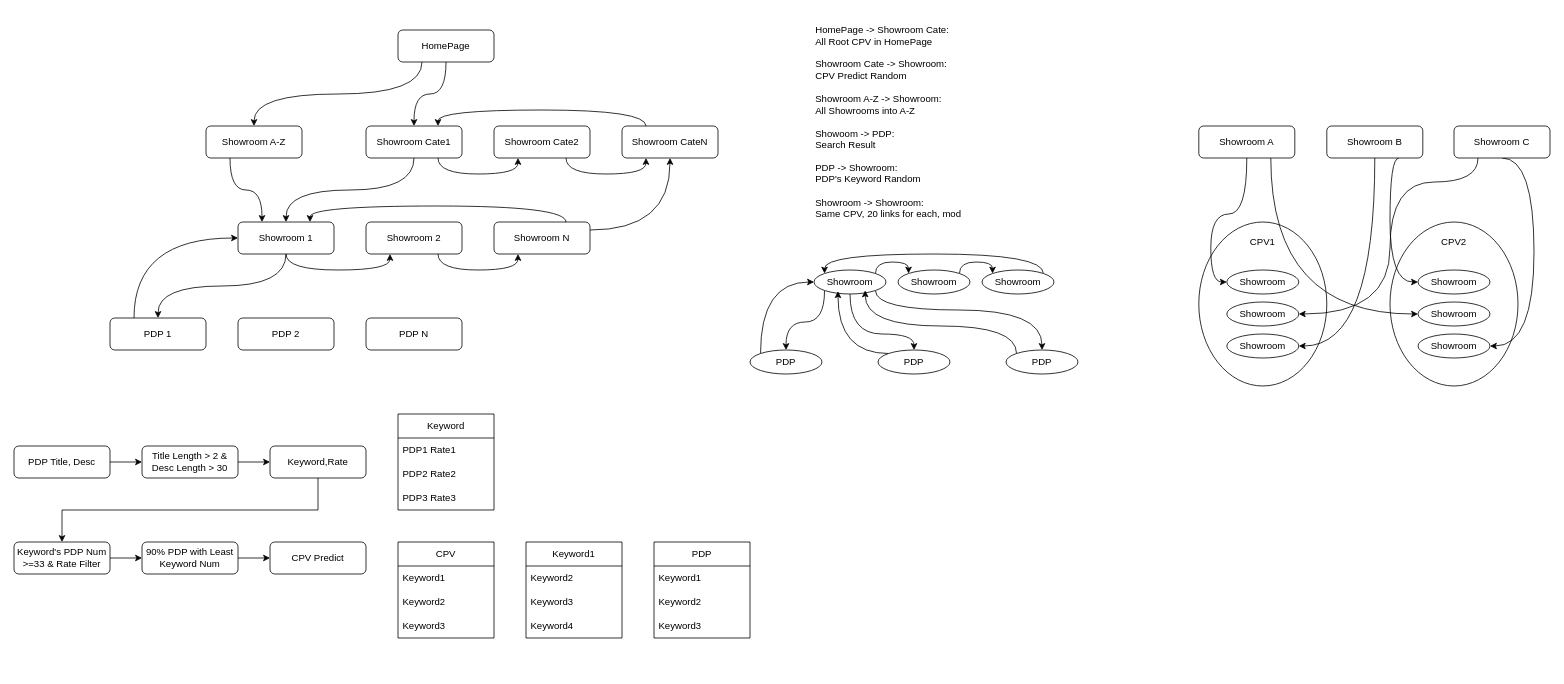
Before: drawio/showroom_structure.drawio in VisableHarry/seo-drawio, a draw.io diagram. Source tidied: cells renumbered, new cells numbered last; positions are measured from the earlier drawing's top-left corner, leaving out a move shared by most shapes. Both pictures are drawn from the tidied source at 80%, with x=0, y=0 at pixel (14, 14).
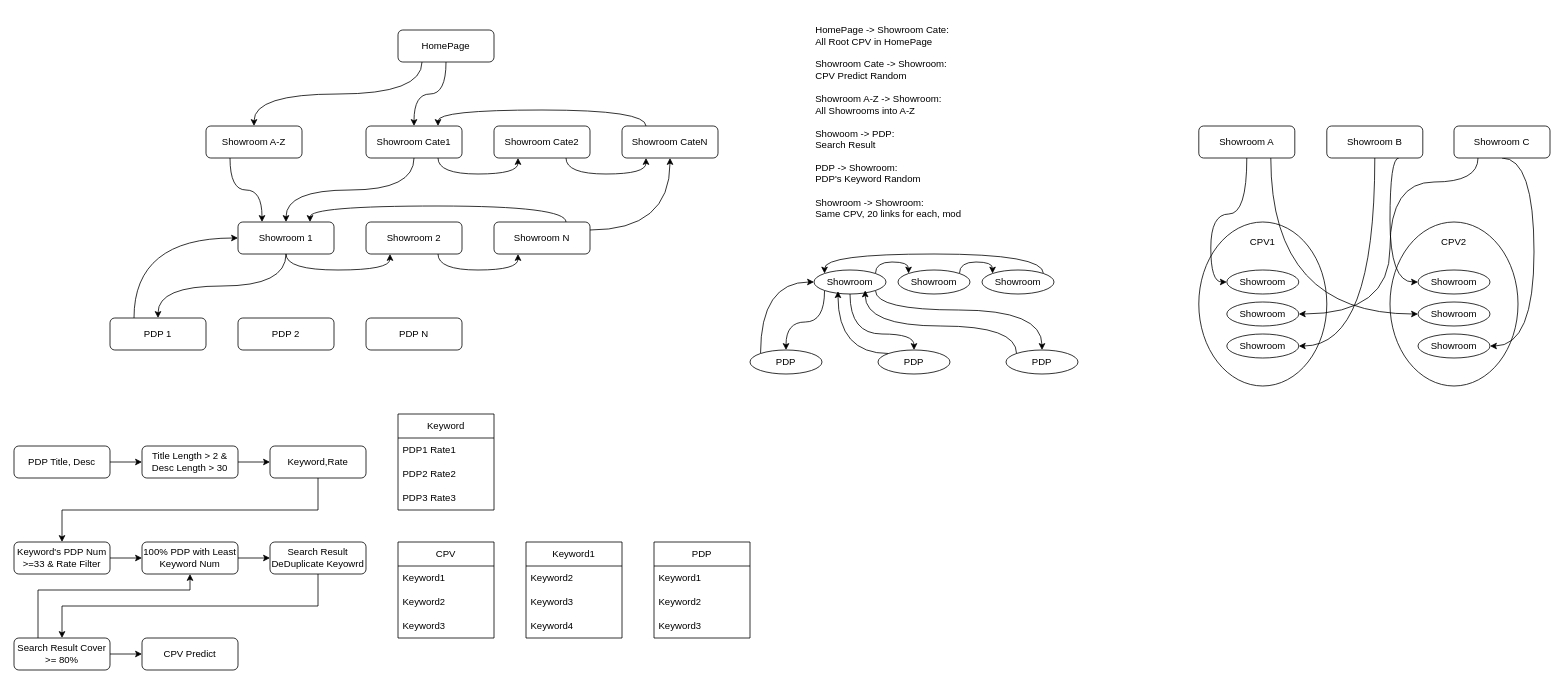
Above is the later version.

The edit, as a diff of the source:
```diff
@@
+    <mxCell id="90" style="edgeStyle=orthogonalEdgeStyle;rounded=0;jettySize=auto;html=1;exitX=0.5;exitY=1;exitDx=0;exitDy=0;entryX=0.5;entryY=0;entryDx=0;entryDy=0;" parent="1" edge="1" source="43" target="94">
+      <mxGeometry relative="1" as="geometry" />
+    </mxCell>
-    <mxCell id="43" value="CPV Predict" style="rounded=1;whiteSpace=wrap;html=1;" parent="1" vertex="1">
+    <mxCell id="43" value="Search Result DeDuplicate Keyowrd" style="rounded=1;whiteSpace=wrap;html=1;" parent="1" vertex="1">
       <mxGeometry x="320" y="660" width="120" height="40" as="geometry" />
     </mxCell>
@@
-    <mxCell id="45" value="90% PDP with Least Keyword Num" style="rounded=1;whiteSpace=wrap;html=1;" parent="1" vertex="1">
+    <mxCell id="45" value="100% PDP with Least Keyword Num" style="rounded=1;whiteSpace=wrap;html=1;" parent="1" vertex="1">
       <mxGeometry x="160" y="660" width="120" height="40" as="geometry" />
     </mxCell>
@@
+    <mxCell id="91" value="CPV Predict" style="rounded=1;whiteSpace=wrap;html=1;" parent="1" vertex="1">
+      <mxGeometry x="160" y="780" width="120" height="40" as="geometry" />
+    </mxCell>
+    <mxCell id="92" style="edgeStyle=orthogonalEdgeStyle;rounded=0;jettySize=auto;html=1;exitX=1;exitY=0.5;exitDx=0;exitDy=0;entryX=0;entryY=0.5;entryDx=0;entryDy=0;" parent="1" edge="1" source="94" target="91">
+      <mxGeometry relative="1" as="geometry" />
+    </mxCell>
+    <mxCell id="93" style="edgeStyle=orthogonalEdgeStyle;rounded=0;jettySize=auto;html=1;exitX=0.25;exitY=0;exitDx=0;exitDy=0;entryX=0.5;entryY=1;entryDx=0;entryDy=0;" parent="1" edge="1" source="94" target="45">
+      <mxGeometry relative="1" as="geometry">
+        <Array as="points">
+          <mxPoint x="30" y="720" />
+          <mxPoint x="220" y="720" />
+        </Array>
+      </mxGeometry>
+    </mxCell>
+    <mxCell id="94" value="Search Result Cover &amp;gt;= 80%" style="rounded=1;whiteSpace=wrap;html=1;" parent="1" vertex="1">
+      <mxGeometry y="780" width="120" height="40" as="geometry" />
+    </mxCell>
```
